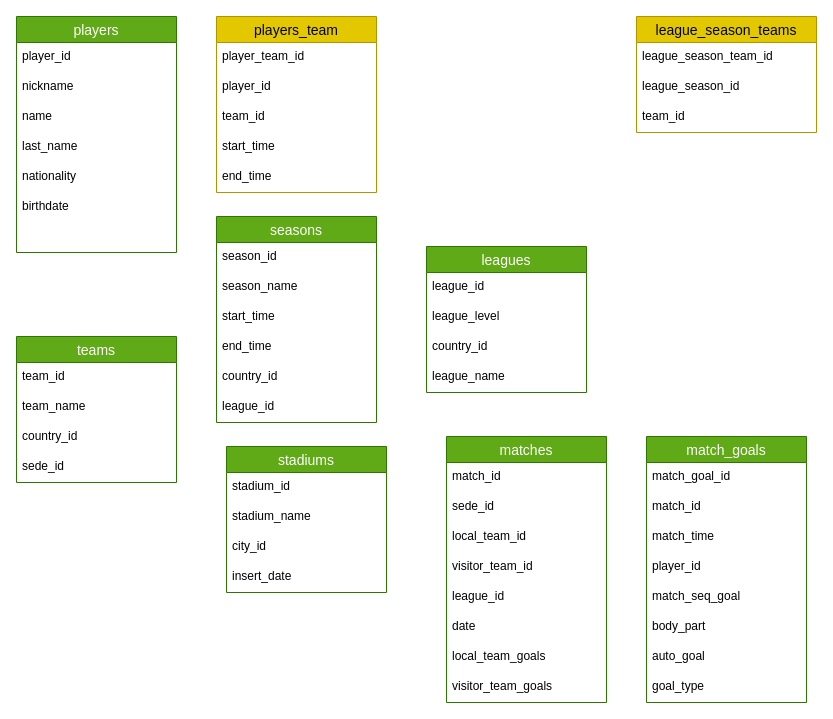
The draw.io diagram page "conceptual" (1 of 3) of soccer_model.drawio in r3card0/soccer.stats, before the edit. Source tidied: cells renumbered, new cells numbered last; positions are measured from the earlier drawing's top-left corner, leaving out a move shared by most shapes. Both pictures are drawn from the tidied source at 100%, with x=0, y=0 at pixel (16, 16).
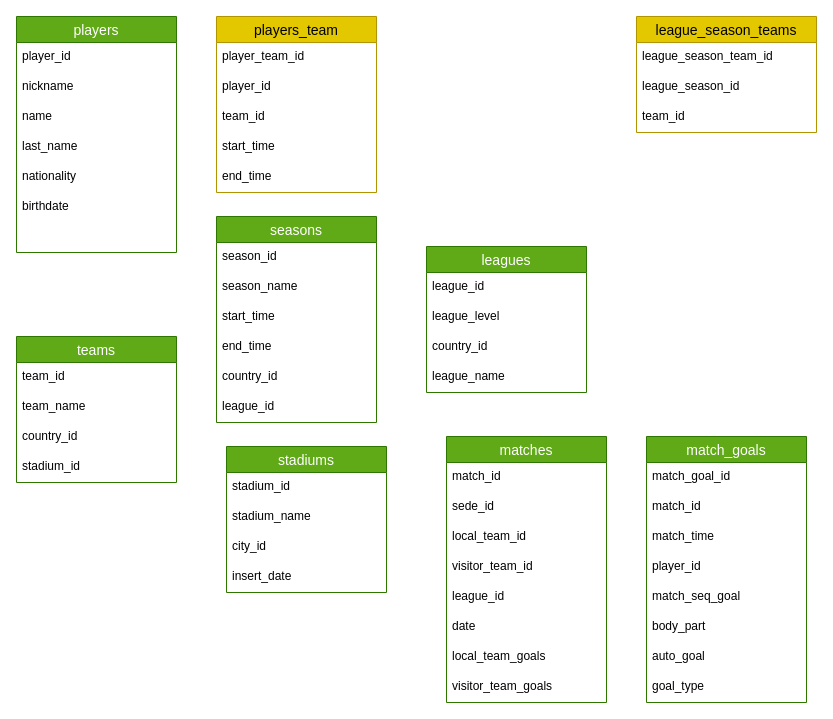
Above is the later version.

The change refers to these unchanged cells:
```xml
<mxCell id="10" value="teams" style="swimlane;fontStyle=0;horizontal=1;startSize=26;align=center;fontSize=14;fillColor=#60a917;fontColor=#ffffff;strokeColor=#2D7600;" parent="1" vertex="1">
  <mxGeometry y="320" width="160" height="146" as="geometry" />
</mxCell>
```

What changed in the source:
```diff
@@
-    <mxCell id="14" value="sede_id" style="text;strokeColor=none;fillColor=none;spacingLeft=4;spacingRight=4;overflow=hidden;fontSize=12;" parent="10" vertex="1">
+    <mxCell id="14" value="stadium_id" style="text;strokeColor=none;fillColor=none;spacingLeft=4;spacingRight=4;overflow=hidden;fontSize=12;" parent="10" vertex="1">
       <mxGeometry y="116" width="160" height="30" as="geometry" />
     </mxCell>
```
